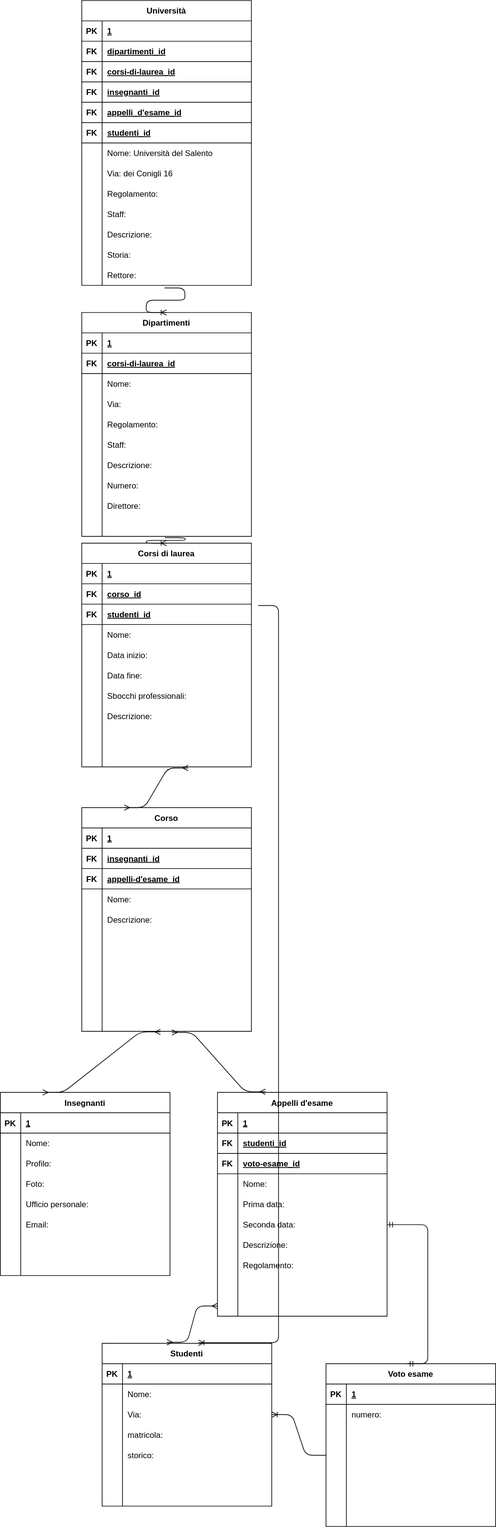
Above: db-university.drawio.svg in aquariusboy91/db-university (draw.io), before the change. Source tidied: cells renumbered, new cells last; positions are measured from the earlier drawing's top-left corner, leaving out a move shared by most shapes.
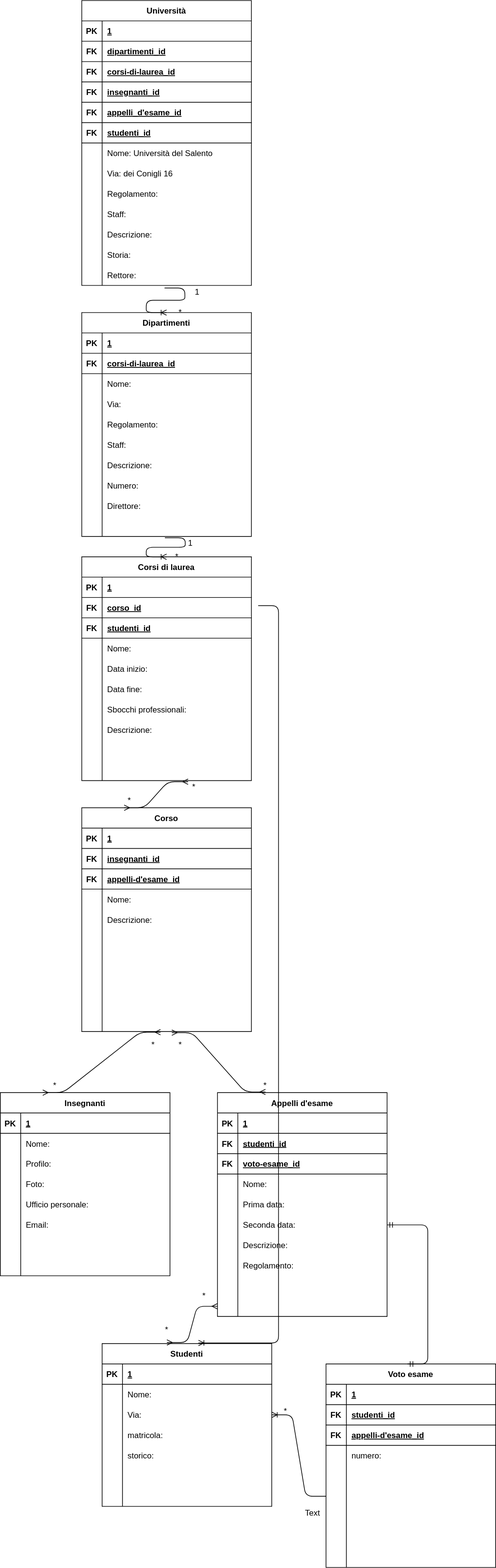
After the commit.

The edit, as a diff of the source:
```diff
@@ -309,7 +309,7 @@
       <mxGeometry x="30" width="220" height="30" as="geometry" />
     </mxCell>
     <mxCell id="104" value="Corsi di laurea" style="shape=table;startSize=30;rowLines=0;fontStyle=1;align=center;" parent="1" vertex="1">
-      <mxGeometry x="120" y="800" width="250" height="330" as="geometry" />
+      <mxGeometry x="120" y="820" width="250" height="330" as="geometry" />
     </mxCell>
     <mxCell id="105" style="shape=partialRectangle;fillColor=none;top=0;left=0;bottom=1;right=0;" parent="104" vertex="1">
       <mxGeometry y="30" width="250" height="30" as="geometry" />
@@ -543,7 +543,7 @@
       <mxGeometry x="30" width="220" height="30" as="geometry" />
     </mxCell>
     <mxCell id="182" value="Voto esame" style="shape=table;startSize=30;rowLines=0;fontStyle=1;align=center;" parent="1" vertex="1">
-      <mxGeometry x="480" y="2010" width="250" height="240" as="geometry" />
+      <mxGeometry x="480" y="2010" width="250" height="300" as="geometry" />
     </mxCell>
     <mxCell id="183" style="shape=partialRectangle;fillColor=none;top=0;left=0;bottom=1;right=0;" parent="182" vertex="1">
       <mxGeometry y="30" width="250" height="30" as="geometry" />
@@ -554,8 +554,26 @@
     <mxCell id="185" value="1" style="shape=partialRectangle;fillColor=none;top=0;left=0;bottom=0;right=0;align=left;spacingLeft=6;fontStyle=5;overflow=hidden;" parent="183" vertex="1">
       <mxGeometry x="30" width="220" height="30" as="geometry" />
     </mxCell>
+    <mxCell id="244" style="shape=partialRectangle;fillColor=none;top=0;left=0;bottom=1;right=0;" parent="182" vertex="1">
+      <mxGeometry y="60" width="250" height="30" as="geometry" />
+    </mxCell>
+    <mxCell id="245" value="FK" style="shape=partialRectangle;fillColor=none;top=0;left=0;bottom=0;right=0;fontStyle=1;overflow=hidden;" parent="244" vertex="1">
+      <mxGeometry width="30" height="30" as="geometry" />
+    </mxCell>
+    <mxCell id="246" value="studenti_id" style="shape=partialRectangle;fillColor=none;top=0;left=0;bottom=0;right=0;align=left;spacingLeft=6;fontStyle=5;overflow=hidden;" parent="244" vertex="1">
+      <mxGeometry x="30" width="220" height="30" as="geometry" />
+    </mxCell>
+    <mxCell id="247" style="shape=partialRectangle;fillColor=none;top=0;left=0;bottom=1;right=0;" parent="182" vertex="1">
+      <mxGeometry y="90" width="250" height="30" as="geometry" />
+    </mxCell>
+    <mxCell id="248" value="FK" style="shape=partialRectangle;fillColor=none;top=0;left=0;bottom=0;right=0;fontStyle=1;overflow=hidden;" parent="247" vertex="1">
+      <mxGeometry width="30" height="30" as="geometry" />
+    </mxCell>
+    <mxCell id="249" value="appelli-d'esame_id" style="shape=partialRectangle;fillColor=none;top=0;left=0;bottom=0;right=0;align=left;spacingLeft=6;fontStyle=5;overflow=hidden;" parent="247" vertex="1">
+      <mxGeometry x="30" width="220" height="30" as="geometry" />
+    </mxCell>
     <mxCell id="186" style="shape=partialRectangle;fillColor=none;top=0;left=0;bottom=0;right=0;" parent="182" vertex="1">
-      <mxGeometry y="60" width="250" height="30" as="geometry" />
+      <mxGeometry y="120" width="250" height="30" as="geometry" />
     </mxCell>
     <mxCell id="187" style="shape=partialRectangle;fillColor=none;top=0;left=0;bottom=0;right=0;overflow=hidden;" parent="186" vertex="1">
       <mxGeometry width="30" height="30" as="geometry" />
@@ -564,7 +582,7 @@
       <mxGeometry x="30" width="220" height="30" as="geometry" />
     </mxCell>
     <mxCell id="189" style="shape=partialRectangle;fillColor=none;top=0;left=0;bottom=0;right=0;" parent="182" vertex="1">
-      <mxGeometry y="90" width="250" height="30" as="geometry" />
+      <mxGeometry y="150" width="250" height="30" as="geometry" />
     </mxCell>
     <mxCell id="190" style="shape=partialRectangle;fillColor=none;top=0;left=0;bottom=0;right=0;overflow=hidden;" parent="189" vertex="1">
       <mxGeometry width="30" height="30" as="geometry" />
@@ -573,7 +591,7 @@
       <mxGeometry x="30" width="220" height="30" as="geometry" />
     </mxCell>
     <mxCell id="192" style="shape=partialRectangle;fillColor=none;top=0;left=0;bottom=0;right=0;points=[[0,0.5],[1,0.5]];portConstraint=eastwest;" parent="182" vertex="1">
-      <mxGeometry y="120" width="250" height="30" as="geometry" />
+      <mxGeometry y="180" width="250" height="30" as="geometry" />
     </mxCell>
     <mxCell id="193" style="shape=partialRectangle;fillColor=none;top=0;left=0;bottom=0;right=0;overflow=hidden;" parent="192" vertex="1">
       <mxGeometry width="30" height="30" as="geometry" />
@@ -582,7 +600,7 @@
       <mxGeometry x="30" width="220" height="30" as="geometry" />
     </mxCell>
     <mxCell id="195" style="shape=partialRectangle;fillColor=none;top=0;left=0;bottom=0;right=0;" parent="182" vertex="1">
-      <mxGeometry y="150" width="250" height="30" as="geometry" />
+      <mxGeometry y="210" width="250" height="30" as="geometry" />
     </mxCell>
     <mxCell id="196" style="shape=partialRectangle;fillColor=none;top=0;left=0;bottom=0;right=0;overflow=hidden;" parent="195" vertex="1">
       <mxGeometry width="30" height="30" as="geometry" />
@@ -591,7 +609,7 @@
       <mxGeometry x="30" width="220" height="30" as="geometry" />
     </mxCell>
     <mxCell id="198" style="shape=partialRectangle;fillColor=none;top=0;left=0;bottom=0;right=0;" parent="182" vertex="1">
-      <mxGeometry y="180" width="250" height="30" as="geometry" />
+      <mxGeometry y="240" width="250" height="30" as="geometry" />
     </mxCell>
     <mxCell id="199" style="shape=partialRectangle;fillColor=none;top=0;left=0;bottom=0;right=0;overflow=hidden;" parent="198" vertex="1">
       <mxGeometry width="30" height="30" as="geometry" />
@@ -600,7 +618,7 @@
       <mxGeometry x="30" width="220" height="30" as="geometry" />
     </mxCell>
     <mxCell id="201" style="shape=partialRectangle;fillColor=none;top=0;left=0;bottom=0;right=0;" parent="182" vertex="1">
-      <mxGeometry y="210" width="250" height="30" as="geometry" />
+      <mxGeometry y="270" width="250" height="30" as="geometry" />
     </mxCell>
     <mxCell id="202" style="shape=partialRectangle;fillColor=none;top=0;left=0;bottom=0;right=0;overflow=hidden;" parent="201" vertex="1">
       <mxGeometry width="30" height="30" as="geometry" />
@@ -732,5 +750,47 @@
     <mxCell id="243" style="edgeStyle=entityRelationEdgeStyle;fontSize=12;html=1;endArrow=ERoneToMany;entryX=1;entryY=0.5;entryDx=0;entryDy=0;exitX=0;exitY=0.5;exitDx=0;exitDy=0;" parent="1" edge="1" source="192" target="167">
       <mxGeometry relative="1" as="geometry" />
     </mxCell>
+    <mxCell id="250" value="*" style="text;html=1;align=center;verticalAlign=middle;fillColor=none;strokeColor=none;rounded=0;" parent="1" vertex="1">
+      <mxGeometry x="290" y="1900" width="20" height="20" as="geometry" />
+    </mxCell>
+    <mxCell id="251" value="*" style="text;html=1;align=center;verticalAlign=middle;fillColor=none;strokeColor=none;rounded=0;" parent="1" vertex="1">
+      <mxGeometry x="235" y="1950" width="20" height="20" as="geometry" />
+    </mxCell>
+    <mxCell id="252" value="*" style="text;html=1;align=center;verticalAlign=middle;fillColor=none;strokeColor=none;rounded=0;" parent="1" vertex="1">
+      <mxGeometry x="410" y="2070" width="20" height="20" as="geometry" />
+    </mxCell>
+    <mxCell id="253" value="*" style="text;html=1;align=center;verticalAlign=middle;fillColor=none;strokeColor=none;rounded=0;" parent="1" vertex="1">
+      <mxGeometry x="70" y="1590" width="20" height="20" as="geometry" />
+    </mxCell>
+    <mxCell id="254" value="*" style="text;html=1;align=center;verticalAlign=middle;fillColor=none;strokeColor=none;rounded=0;" parent="1" vertex="1">
+      <mxGeometry x="215" y="1530" width="20" height="20" as="geometry" />
+    </mxCell>
+    <mxCell id="255" value="*" style="text;html=1;align=center;verticalAlign=middle;fillColor=none;strokeColor=none;rounded=0;" parent="1" vertex="1">
+      <mxGeometry x="255" y="1530" width="20" height="20" as="geometry" />
+    </mxCell>
+    <mxCell id="256" value="*" style="text;html=1;align=center;verticalAlign=middle;fillColor=none;strokeColor=none;rounded=0;" parent="1" vertex="1">
+      <mxGeometry x="380" y="1590" width="20" height="20" as="geometry" />
+    </mxCell>
+    <mxCell id="257" value="*" style="text;html=1;align=center;verticalAlign=middle;fillColor=none;strokeColor=none;rounded=0;" parent="1" vertex="1">
+      <mxGeometry x="180" y="1170" width="20" height="20" as="geometry" />
+    </mxCell>
+    <mxCell id="258" value="*" style="text;html=1;align=center;verticalAlign=middle;fillColor=none;strokeColor=none;rounded=0;" parent="1" vertex="1">
+      <mxGeometry x="275" y="1150" width="20" height="20" as="geometry" />
+    </mxCell>
+    <mxCell id="259" value="*" style="text;html=1;align=center;verticalAlign=middle;fillColor=none;strokeColor=none;rounded=0;" parent="1" vertex="1">
+      <mxGeometry x="250" y="810" width="20" height="20" as="geometry" />
+    </mxCell>
+    <mxCell id="260" value="*" style="text;html=1;align=center;verticalAlign=middle;fillColor=none;strokeColor=none;rounded=0;" parent="1" vertex="1">
+      <mxGeometry x="255" y="450" width="20" height="20" as="geometry" />
+    </mxCell>
+    <mxCell id="261" value="1" style="text;html=1;align=center;verticalAlign=middle;fillColor=none;strokeColor=none;rounded=0;" parent="1" vertex="1">
+      <mxGeometry x="280" y="420" width="20" height="20" as="geometry" />
+    </mxCell>
+    <mxCell id="262" value="1" style="text;html=1;align=center;verticalAlign=middle;fillColor=none;strokeColor=none;rounded=0;" parent="1" vertex="1">
+      <mxGeometry x="270" y="790" width="20" height="20" as="geometry" />
+    </mxCell>
+    <mxCell id="263" value="Text" style="text;html=1;align=center;verticalAlign=middle;fillColor=none;strokeColor=none;rounded=0;" parent="1" vertex="1">
+      <mxGeometry x="440" y="2220" width="40" height="20" as="geometry" />
+    </mxCell>
   </root>
 </mxGraphModel>
```
